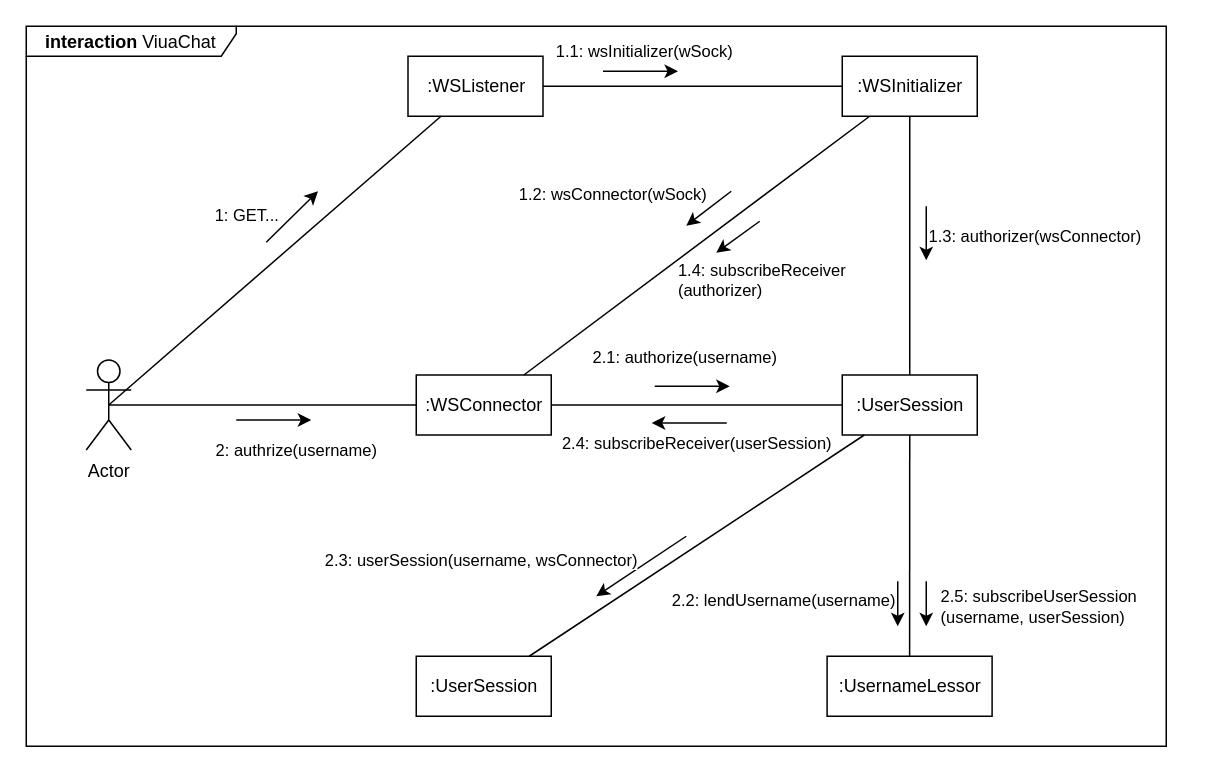
Above: page "Page-2" (5 of 5) of viuachat/diag/Diagram komunikacji.drawio in marekjm/inzynierka (draw.io), before the change. Source tidied: cells renumbered, new cells numbered last; positions are measured from the earlier drawing's top-left corner, leaving out a move shared by most shapes. Both pictures are drawn from the tidied source at 150%, with x=0, y=0 at pixel (26, 26).
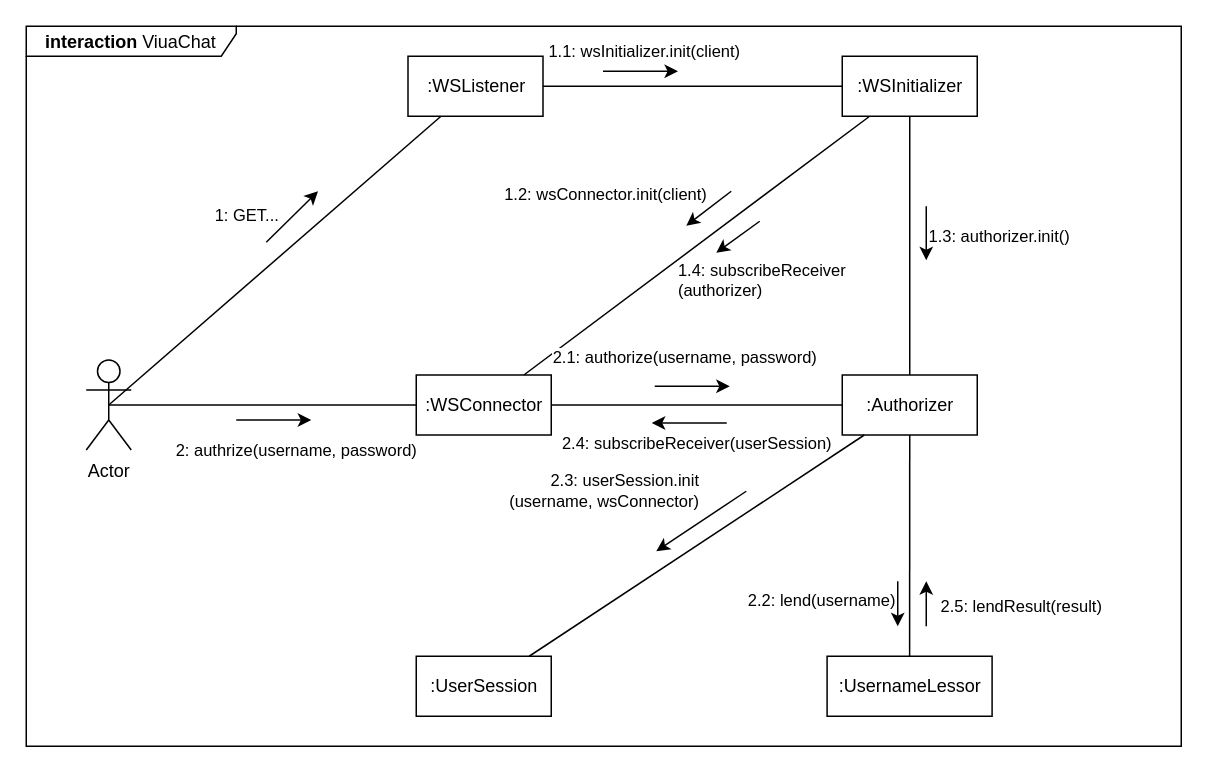
The same page after the edit.

Change to the diagram source:
```diff
@@
     <mxCell id="2" value="&lt;b&gt;interaction &lt;/b&gt;ViuaChat" style="shape=umlFrame;whiteSpace=wrap;html=1;width=140;height=20;verticalAlign=bottom;" parent="1" vertex="1">
-      <mxGeometry width="760" height="480" as="geometry" />
+      <mxGeometry width="770" height="480" as="geometry" />
     </mxCell>
@@
-    <mxCell id="5" value=":UserSession" style="html=1;" parent="1" vertex="1">
+    <mxCell id="5" value=":Authorizer" style="html=1;" parent="1" vertex="1">
       <mxGeometry x="544" y="232.5" width="90" height="40" as="geometry" />
     </mxCell>
@@
-    <mxCell id="20" value="1.1: wsInitializer(wSock)" style="endArrow=classic;html=1;" parent="1" edge="1">
+    <mxCell id="20" value="1.1: wsInitializer.init(client)" style="endArrow=classic;html=1;" parent="1" edge="1">
       <mxGeometry x="0.08" y="13" relative="1" as="geometry">
         <mxPoint x="384.5" y="30" as="sourcePoint" />
         <mxPoint x="434.5" y="30" as="targetPoint" />
       </mxGeometry>
     </mxCell>
-    <mxCell id="21" value="1.3: authorizer(wsConnector)" style="endArrow=classic;html=1;align=left;" parent="1" edge="1">
+    <mxCell id="21" value="1.3: authorizer.init()" style="endArrow=classic;html=1;align=left;" parent="1" edge="1">
       <mxGeometry x="0.11" relative="1" as="geometry">
         <mxPoint x="600" y="120" as="sourcePoint" />
         <mxPoint x="600" y="156" as="targetPoint" />
       </mxGeometry>
     </mxCell>
-    <mxCell id="22" value="2: authrize(username)" style="endArrow=classic;html=1;align=center;" parent="1" edge="1">
+    <mxCell id="22" value="2: authrize(username, password)" style="endArrow=classic;html=1;align=center;" parent="1" edge="1">
       <mxGeometry x="0.6" y="-20" relative="1" as="geometry">
         <mxPoint x="140" y="262.5" as="sourcePoint" />
         <mxPoint x="190" y="262.5" as="targetPoint" />
       </mxGeometry>
     </mxCell>
-    <mxCell id="23" value="2.1: authorize(username)" style="endArrow=classic;html=1;align=center;verticalAlign=bottom;" parent="1" edge="1">
+    <mxCell id="23" value="2.1: authorize(username, password)" style="endArrow=classic;html=1;align=center;verticalAlign=bottom;" parent="1" edge="1">
       <mxGeometry x="-0.2" y="10" relative="1" as="geometry">
         <mxPoint x="419" y="240" as="sourcePoint" />
         <mxPoint x="469" y="240" as="targetPoint" />
       </mxGeometry>
     </mxCell>
-    <mxCell id="24" value="2.2: lendUsername(username)" style="endArrow=classic;html=1;align=right;verticalAlign=top;" parent="1" edge="1">
+    <mxCell id="24" value="2.2: lend(username)" style="endArrow=classic;html=1;align=right;verticalAlign=top;" parent="1" edge="1">
       <mxGeometry x="-1" relative="1" as="geometry">
         <mxPoint x="581" y="370" as="sourcePoint" />
         <mxPoint x="581" y="400" as="targetPoint" />
       </mxGeometry>
     </mxCell>
-    <mxCell id="25" value="2.3: userSession(username, wsConnector)" style="endArrow=classic;html=1;align=right;" parent="1" edge="1">
-      <mxGeometry x="-0.07" y="-4" relative="1" as="geometry">
-        <mxPoint x="440" y="340" as="sourcePoint" />
-        <mxPoint x="380" y="380" as="targetPoint" />
+    <mxCell id="25" value="2.3: userSession.init&lt;br&gt;(username, wsConnector)" style="endArrow=classic;html=1;align=right;" parent="1" edge="1">
+      <mxGeometry x="-0.31" y="-17" relative="1" as="geometry">
+        <mxPoint x="480" y="310" as="sourcePoint" />
+        <mxPoint x="420" y="350" as="targetPoint" />
       </mxGeometry>
     </mxCell>
@@
-    <mxCell id="27" value="2.5: subscribeUserSession&lt;br&gt;(username, userSession)" style="endArrow=classic;html=1;align=left;verticalAlign=middle;" parent="1" edge="1">
+    <mxCell id="27" value="2.5: lendResult(result)" style="endArrow=none;html=1;align=left;verticalAlign=middle;endFill=0;startArrow=classic;startFill=1;" parent="1" edge="1">
       <mxGeometry x="0.13" y="8" relative="1" as="geometry">
         <mxPoint x="600" y="370" as="sourcePoint" />
         <mxPoint x="600" y="400" as="targetPoint" />
       </mxGeometry>
     </mxCell>
-    <mxCell id="28" value="1.2: wsConnector(wSock)" style="endArrow=classic;endFill=1;align=right;" parent="1" edge="1">
+    <mxCell id="28" value="1.2: wsConnector.init(client)" style="endArrow=classic;endFill=1;align=right;" parent="1" edge="1">
       <mxGeometry x="-0.39" y="-7" relative="1" as="geometry">
         <mxPoint x="470" y="110" as="sourcePoint" />
         <mxPoint x="440" y="133" as="targetPoint" />
       </mxGeometry>
     </mxCell>
```
